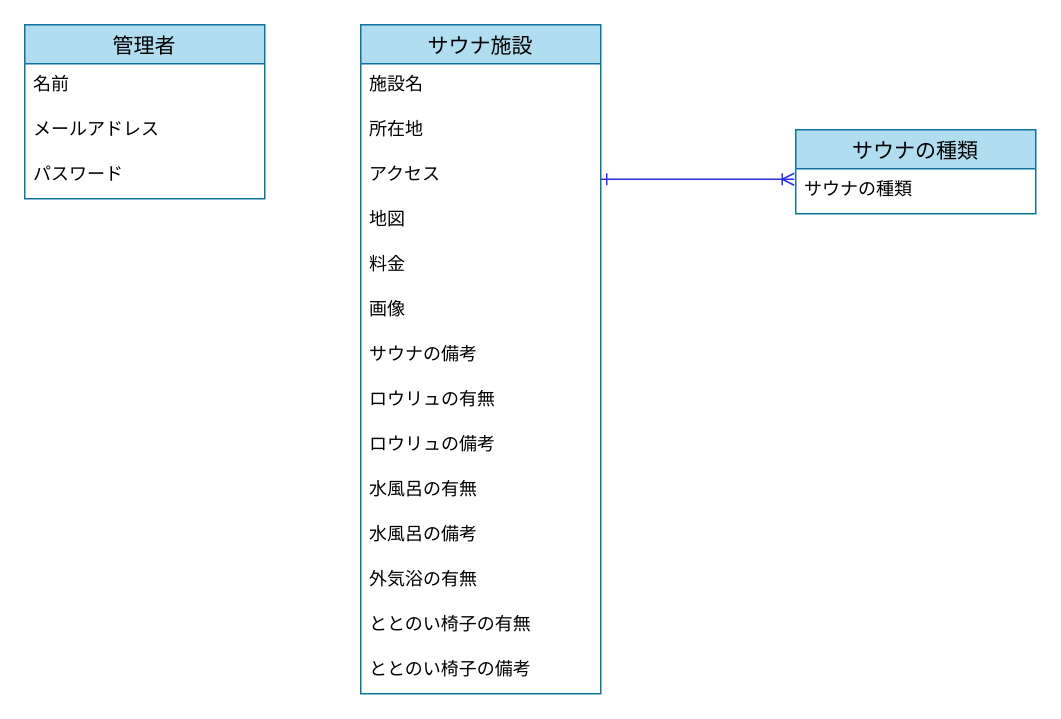
Above: er.drawio in natsuko-shibayama/sauna-app (draw.io), before the change. Source tidied: cells renumbered, new cells numbered last; positions are measured from the earlier drawing's top-left corner, leaving out a move shared by most shapes. Both pictures are drawn from the tidied source at 150%, with x=0, y=0 at pixel (24, 24).
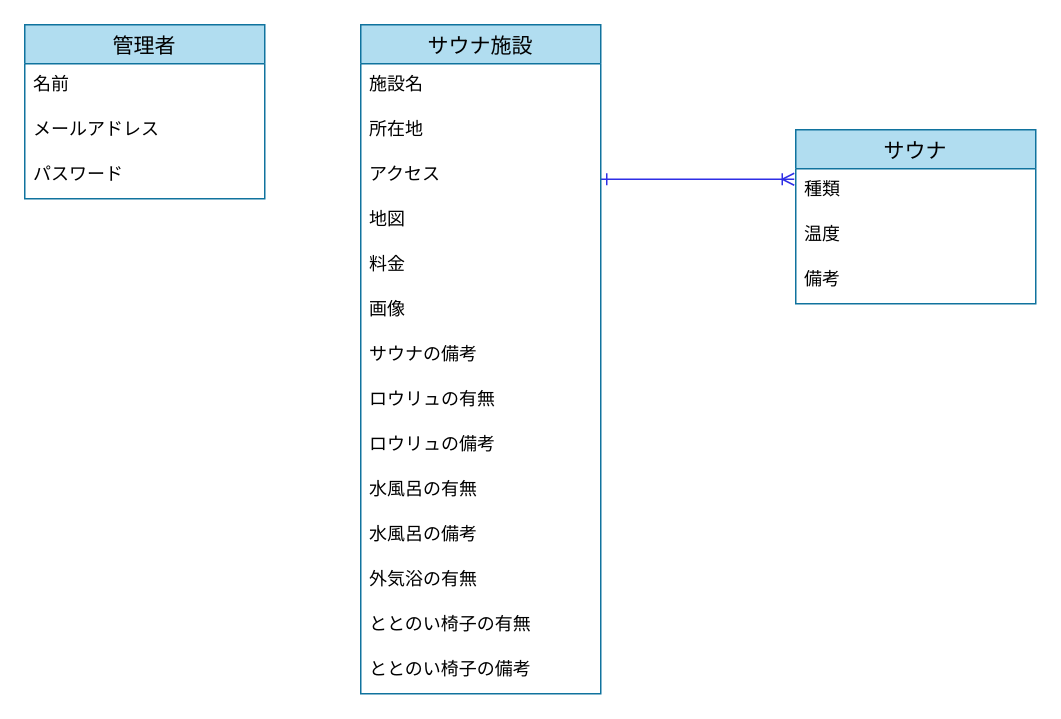
The same diagram, later.

The edit, as a diff of the source:
```diff
@@
-    <mxCell id="22" value="サウナの種類" style="swimlane;fontStyle=0;horizontal=1;startSize=26;align=center;fontSize=14;fillColor=#b1ddf0;strokeColor=#10739e;swimlaneFillColor=#ffffff;fontColor=#000000;" parent="1" vertex="1">
-      <mxGeometry x="514" y="70" width="160" height="56" as="geometry" />
+    <mxCell id="22" value="サウナ" style="swimlane;fontStyle=0;horizontal=1;startSize=26;align=center;fontSize=14;fillColor=#b1ddf0;strokeColor=#10739e;swimlaneFillColor=#ffffff;fontColor=#000000;" parent="1" vertex="1">
+      <mxGeometry x="514" y="70" width="160" height="116" as="geometry" />
     </mxCell>
-    <mxCell id="23" value="サウナの種類" style="text;strokeColor=none;fillColor=none;spacingLeft=4;spacingRight=4;overflow=hidden;fontSize=12;fontColor=#000000;" parent="22" vertex="1">
+    <mxCell id="23" value="種類" style="text;strokeColor=none;fillColor=none;spacingLeft=4;spacingRight=4;overflow=hidden;fontSize=12;fontColor=#000000;" parent="22" vertex="1">
       <mxGeometry y="26" width="160" height="30" as="geometry" />
     </mxCell>
+    <mxCell id="24" value="温度" style="text;strokeColor=none;fillColor=none;spacingLeft=4;spacingRight=4;overflow=hidden;fontSize=12;fontColor=#000000;" parent="22" vertex="1">
+      <mxGeometry y="56" width="160" height="30" as="geometry" />
+    </mxCell>
+    <mxCell id="25" value="備考" style="text;strokeColor=none;fillColor=none;spacingLeft=4;spacingRight=4;overflow=hidden;fontSize=12;fontColor=#000000;" parent="22" vertex="1">
+      <mxGeometry y="86" width="160" height="30" as="geometry" />
+    </mxCell>
```
